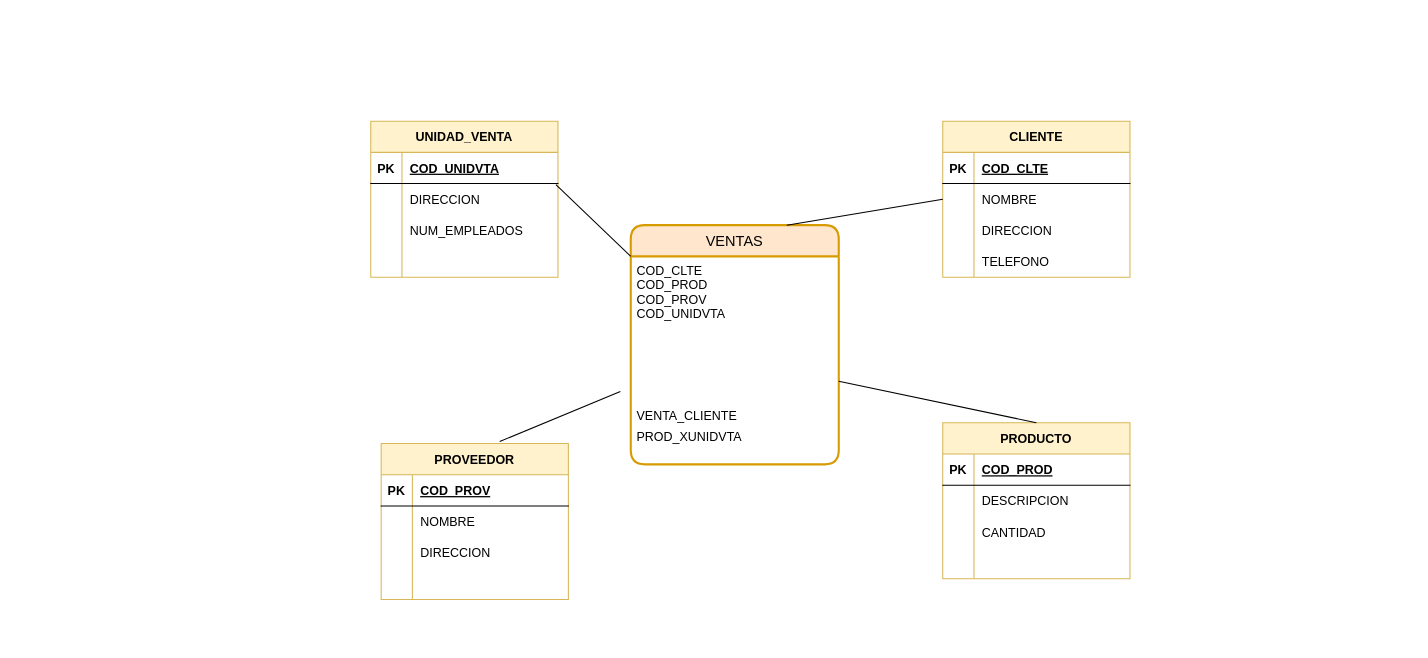
The draw.io diagram DiseñoCopo.drawio in AOlmosPilares/Base-de-Datos, before the edit. Source tidied: cells renumbered, new cells numbered last; positions are measured from the earlier drawing's top-left corner, leaving out a move shared by most shapes. Both pictures are drawn from the tidied source at 104%, with x=0, y=0 at pixel (370, 121).
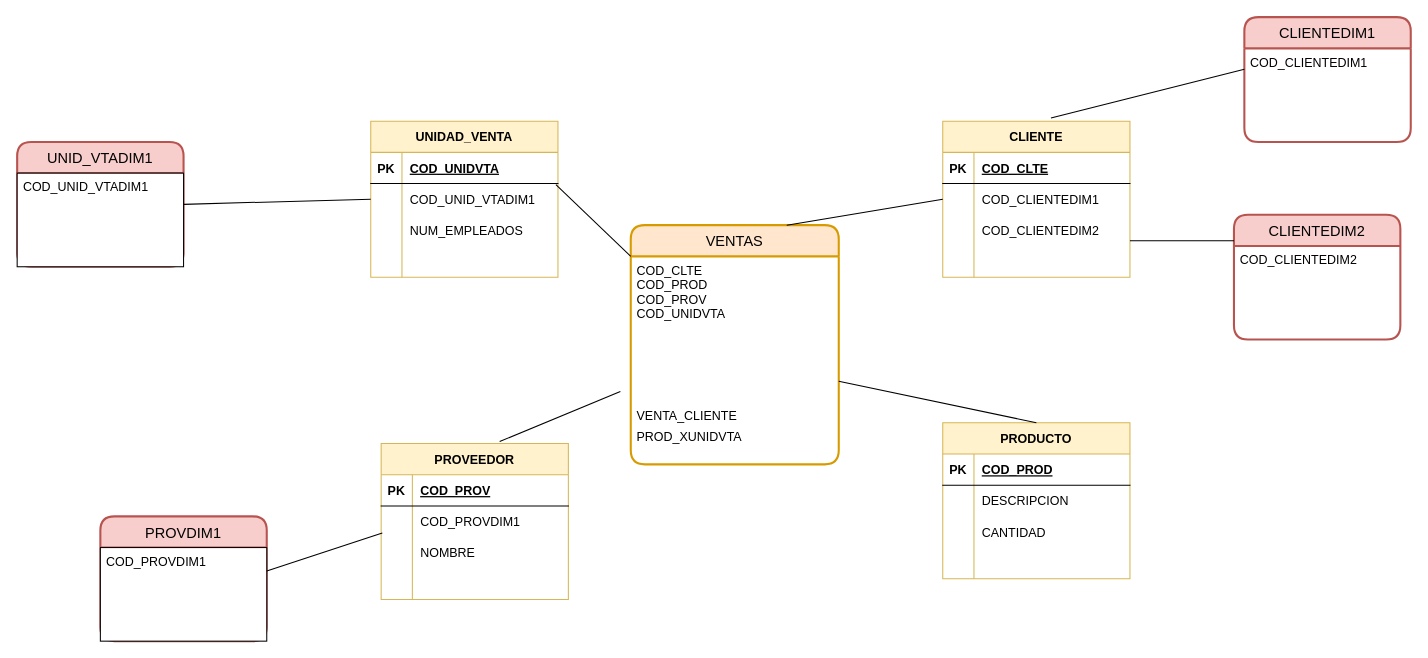
The same page after the edit.

Unchanged cells that the change refers to:
```xml
<mxCell id="15" value="CLIENTE" style="shape=table;startSize=30;childLayout=tableLayout;rowLines=0;fontStyle=1;align=center;fillColor=#fff2cc;strokeColor=#d6b656;" parent="1" vertex="1">
  <mxGeometry x="550" width="180" height="150" as="geometry" />
</mxCell>
<mxCell id="19" style="shape=tableRow;horizontal=0;startSize=0;swimlaneHead=0;swimlaneBody=0;fillColor=none;points=[[0,0.5],[1,0.5]];portConstraint=eastwest;top=0;left=0;right=0;bottom=0;" parent="15" vertex="1">
  <mxGeometry y="60" width="180" height="30" as="geometry" />
</mxCell>
<mxCell id="22" style="shape=tableRow;horizontal=0;startSize=0;swimlaneHead=0;swimlaneBody=0;fillColor=none;top=0;left=0;right=0;bottom=0;" parent="15" vertex="1">
  <mxGeometry y="90" width="180" height="30" as="geometry" />
</mxCell>
<mxCell id="25" style="shape=tableRow;horizontal=0;startSize=0;swimlaneHead=0;swimlaneBody=0;fillColor=none;top=0;left=0;right=0;bottom=0;" parent="15" vertex="1">
  <mxGeometry y="120" width="180" height="30" as="geometry" />
</mxCell>
<mxCell id="32" style="shape=tableRow;horizontal=0;startSize=0;swimlaneHead=0;swimlaneBody=0;fillColor=none;points=[[0,0.5],[1,0.5]];portConstraint=eastwest;top=0;left=0;right=0;bottom=0;" parent="28" vertex="1">
  <mxGeometry y="60" width="180" height="30" as="geometry" />
</mxCell>
<mxCell id="45" style="shape=tableRow;horizontal=0;startSize=0;swimlaneHead=0;swimlaneBody=0;fillColor=none;points=[[0,0.5],[1,0.5]];portConstraint=eastwest;top=0;left=0;right=0;bottom=0;" parent="41" vertex="1">
  <mxGeometry y="60" width="180" height="30" as="geometry" />
</mxCell>
<mxCell id="48" style="shape=tableRow;horizontal=0;startSize=0;swimlaneHead=0;swimlaneBody=0;fillColor=none;top=0;left=0;right=0;bottom=0;" parent="41" vertex="1">
  <mxGeometry y="90" width="180" height="30" as="geometry" />
</mxCell>
```

What changed in the source:
```diff
@@
-    <mxCell id="21" value="NOMBRE" style="shape=partialRectangle;fillColor=none;top=0;left=0;bottom=0;right=0;align=left;spacingLeft=6;overflow=hidden;" parent="19" vertex="1">
+    <mxCell id="21" value="COD_CLIENTEDIM1" style="shape=partialRectangle;fillColor=none;top=0;left=0;bottom=0;right=0;align=left;spacingLeft=6;overflow=hidden;" parent="19" vertex="1">
       <mxGeometry x="30" width="150" height="30" as="geometry" />
     </mxCell>
@@
-    <mxCell id="24" value="DIRECCION" style="shape=partialRectangle;fillColor=none;top=0;left=0;bottom=0;right=0;align=left;spacingLeft=6;overflow=hidden;" parent="22" vertex="1">
+    <mxCell id="24" value="COD_CLIENTEDIM2" style="shape=partialRectangle;fillColor=none;top=0;left=0;bottom=0;right=0;align=left;spacingLeft=6;overflow=hidden;" parent="22" vertex="1">
       <mxGeometry x="30" width="150" height="30" as="geometry" />
     </mxCell>
@@
-    <mxCell id="27" value="TELEFONO" style="shape=partialRectangle;fillColor=none;top=0;left=0;bottom=0;right=0;align=left;spacingLeft=6;overflow=hidden;" parent="25" vertex="1">
+    <mxCell id="27" style="shape=partialRectangle;fillColor=none;top=0;left=0;bottom=0;right=0;align=left;spacingLeft=6;overflow=hidden;" parent="25" vertex="1">
       <mxGeometry x="30" width="150" height="30" as="geometry" />
     </mxCell>
@@
-    <mxCell id="34" value="DIRECCION" style="shape=partialRectangle;fillColor=none;top=0;left=0;bottom=0;right=0;align=left;spacingLeft=6;overflow=hidden;" parent="32" vertex="1">
+    <mxCell id="34" value="COD_UNID_VTADIM1" style="shape=partialRectangle;fillColor=none;top=0;left=0;bottom=0;right=0;align=left;spacingLeft=6;overflow=hidden;" parent="32" vertex="1">
       <mxGeometry x="30" width="150" height="30" as="geometry" />
     </mxCell>
@@
-    <mxCell id="47" value="NOMBRE" style="shape=partialRectangle;fillColor=none;top=0;left=0;bottom=0;right=0;align=left;spacingLeft=6;overflow=hidden;" parent="45" vertex="1">
+    <mxCell id="47" value="COD_PROVDIM1" style="shape=partialRectangle;fillColor=none;top=0;left=0;bottom=0;right=0;align=left;spacingLeft=6;overflow=hidden;" parent="45" vertex="1">
       <mxGeometry x="30" width="150" height="30" as="geometry" />
     </mxCell>
@@
-    <mxCell id="50" value="DIRECCION" style="shape=partialRectangle;fillColor=none;top=0;left=0;bottom=0;right=0;align=left;spacingLeft=6;overflow=hidden;" parent="48" vertex="1">
+    <mxCell id="50" value="NOMBRE" style="shape=partialRectangle;fillColor=none;top=0;left=0;bottom=0;right=0;align=left;spacingLeft=6;overflow=hidden;" parent="48" vertex="1">
       <mxGeometry x="30" width="150" height="30" as="geometry" />
     </mxCell>
@@
+    <mxCell id="62" value="CLIENTEDIM1" style="swimlane;horizontal=1;startSize=30;rounded=1;fontSize=14;fontStyle=0;strokeWidth=2;shadow=0;dashed=0;align=center;fillColor=#f8cecc;strokeColor=#b85450;" parent="1" vertex="1">
+      <mxGeometry x="840" y="-100" width="160" height="120" as="geometry" />
+    </mxCell>
+    <mxCell id="63" value="COD_CLIENTEDIM1" style="align=left;strokeColor=none;fillColor=none;spacingLeft=4;fontSize=12;verticalAlign=top;" parent="62" vertex="1">
+      <mxGeometry y="30" width="160" height="90" as="geometry" />
+    </mxCell>
+    <mxCell id="64" value="CLIENTEDIM2" style="swimlane;horizontal=1;startSize=30;rounded=1;fontSize=14;fontStyle=0;strokeWidth=2;shadow=0;dashed=0;align=center;fillColor=#f8cecc;strokeColor=#b85450;" parent="1" vertex="1">
+      <mxGeometry x="830" y="90" width="160" height="120" as="geometry" />
+    </mxCell>
+    <mxCell id="65" value="COD_CLIENTEDIM2" style="align=left;strokeColor=none;fillColor=none;spacingLeft=4;fontSize=12;verticalAlign=top;" parent="64" vertex="1">
+      <mxGeometry y="30" width="160" height="90" as="geometry" />
+    </mxCell>
+    <mxCell id="66" style="line;strokeWidth=1;dashed=0;labelPosition=right;align=left;verticalAlign=middle;spacingTop=0;spacingLeft=6;" parent="1" vertex="1">
+      <mxGeometry x="730" y="110" width="100" height="10" as="geometry" />
+    </mxCell>
+    <mxCell id="67" style="endArrow=none;html=1;rounded=0;exitX=0.578;exitY=-0.02;exitDx=0;exitDy=0;exitPerimeter=0;" parent="1" edge="1" source="15">
+      <mxGeometry relative="1" as="geometry">
+        <mxPoint x="840" y="-50" as="targetPoint" />
+      </mxGeometry>
+    </mxCell>
+    <mxCell id="68" value="PROVDIM1" style="swimlane;horizontal=1;startSize=30;rounded=1;fontSize=14;fontStyle=0;strokeWidth=2;shadow=0;dashed=0;align=center;fillColor=#f8cecc;strokeColor=#b85450;" parent="1" vertex="1">
+      <mxGeometry x="-260" y="380" width="160" height="120" as="geometry" />
+    </mxCell>
+    <mxCell id="69" value="COD_PROVDIM1" style="align=left;spacingLeft=4;fontSize=12;verticalAlign=top;" parent="68" vertex="1">
+      <mxGeometry y="30" width="160" height="90" as="geometry" />
+    </mxCell>
+    <mxCell id="70" style="endArrow=none;html=1;rounded=0;exitX=0.006;exitY=0.867;exitDx=0;exitDy=0;exitPerimeter=0;entryX=1;entryY=0.25;entryDx=0;entryDy=0;" parent="1" edge="1" source="45" target="69">
+      <mxGeometry relative="1" as="geometry" />
+    </mxCell>
+    <mxCell id="71" value="UNID_VTADIM1" style="swimlane;horizontal=1;startSize=30;rounded=1;fontSize=14;fontStyle=0;strokeWidth=2;shadow=0;dashed=0;align=center;fillColor=#f8cecc;strokeColor=#b85450;" parent="1" vertex="1">
+      <mxGeometry x="-340" y="20" width="160" height="120" as="geometry" />
+    </mxCell>
+    <mxCell id="72" value="COD_UNID_VTADIM1" style="align=left;spacingLeft=4;fontSize=12;verticalAlign=top;" parent="71" vertex="1">
+      <mxGeometry y="30" width="160" height="90" as="geometry" />
+    </mxCell>
+    <mxCell id="73" style="endArrow=none;html=1;rounded=0;exitX=1;exitY=0.5;exitDx=0;exitDy=0;entryX=0;entryY=0.5;entryDx=0;entryDy=0;" parent="1" edge="1" source="71" target="32">
+      <mxGeometry relative="1" as="geometry" />
+    </mxCell>
```
